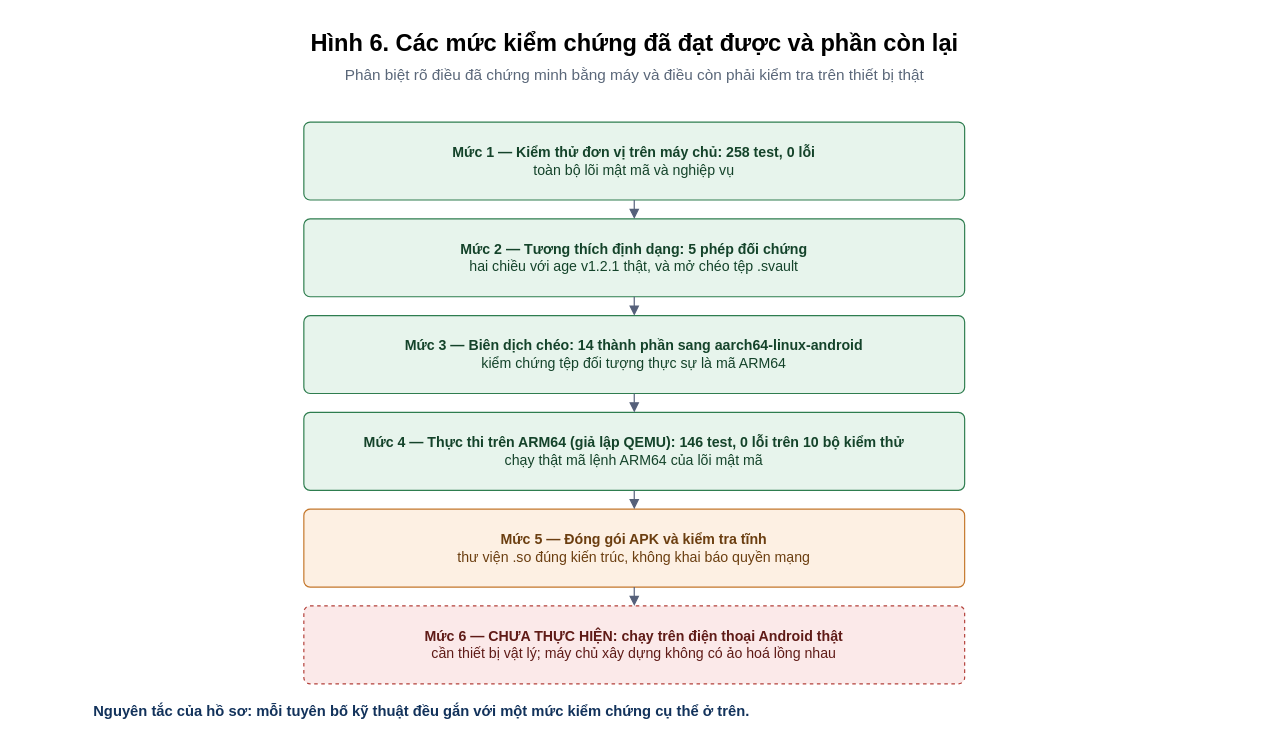
Earlier version of the draw.io diagram hoso-sang-kien/hinh-anh/drawio/H6-thap-bang-chung.drawio (imtoiteu/secure-vault-research). Source tidied: cells renumbered, new cells numbered last; positions are measured from the earlier drawing's top-left corner, leaving out a move shared by most shapes. Both pictures are drawn from the tidied source at 118%, with x=0, y=0 at pixel (20, 20).
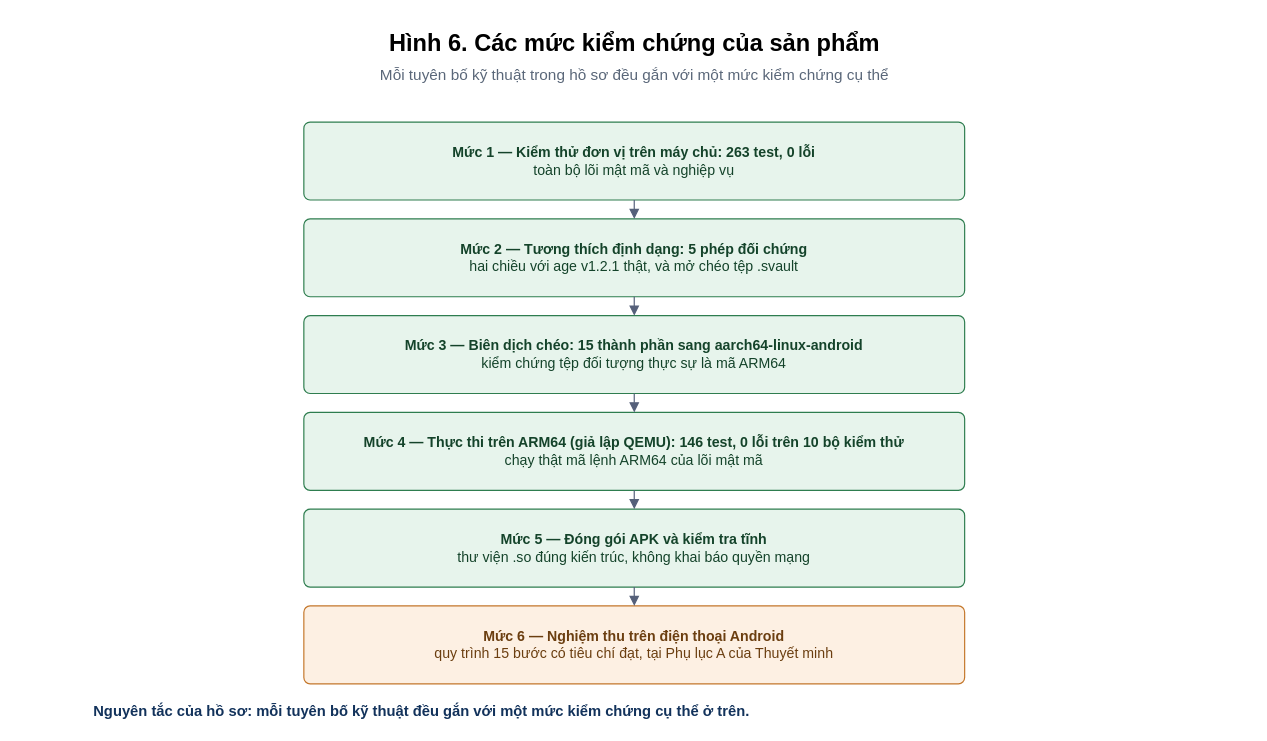
After the change.

Change to the diagram source:
```diff
@@
-    <mxCell id="2" value="Hình 6. Các mức kiểm chứng đã đạt được và phần còn lại" style="text;html=1;fontSize=20;fontStyle=1;align=center;" parent="1" vertex="1">
+    <mxCell id="2" value="Hình 6. Các mức kiểm chứng của sản phẩm" style="text;html=1;fontSize=20;fontStyle=1;align=center;" parent="1" vertex="1">
       <mxGeometry width="1040" height="30" as="geometry" />
     </mxCell>
-    <mxCell id="3" value="Phân biệt rõ điều đã chứng minh bằng máy và điều còn phải kiểm tra trên thiết bị thật" style="text;html=1;fontSize=13;align=center;fontColor=#5A6779;" parent="1" vertex="1">
+    <mxCell id="3" value="Mỗi tuyên bố kỹ thuật trong hồ sơ đều gắn với một mức kiểm chứng cụ thể" style="text;html=1;fontSize=13;align=center;fontColor=#5A6779;" parent="1" vertex="1">
       <mxGeometry y="32" width="1040" height="20" as="geometry" />
     </mxCell>
-    <mxCell id="4" value="&lt;b&gt;Mức 1 — Kiểm thử đơn vị trên máy chủ: 258 test, 0 lỗi&lt;/b&gt;&lt;br/&gt;toàn bộ lõi mật mã và nghiệp vụ" style="rounded=1;whiteSpace=wrap;html=1;fillColor=#E7F4EC;strokeColor=#2E7D4F;fontColor=#14432A;dashed=0;arcSize=8;verticalAlign=middle;" parent="1" vertex="1">
+    <mxCell id="4" value="&lt;b&gt;Mức 1 — Kiểm thử đơn vị trên máy chủ: 263 test, 0 lỗi&lt;/b&gt;&lt;br/&gt;toàn bộ lõi mật mã và nghiệp vụ" style="rounded=1;whiteSpace=wrap;html=1;fillColor=#E7F4EC;strokeColor=#2E7D4F;fontColor=#14432A;dashed=0;arcSize=8;verticalAlign=middle;" parent="1" vertex="1">
       <mxGeometry x="240" y="86" width="560" height="66" as="geometry" />
     </mxCell>
@@
-    <mxCell id="6" value="&lt;b&gt;Mức 3 — Biên dịch chéo: 14 thành phần sang aarch64-linux-android&lt;/b&gt;&lt;br/&gt;kiểm chứng tệp đối tượng thực sự là mã ARM64" style="rounded=1;whiteSpace=wrap;html=1;fillColor=#E7F4EC;strokeColor=#2E7D4F;fontColor=#14432A;dashed=0;arcSize=8;verticalAlign=middle;" parent="1" vertex="1">
+    <mxCell id="6" value="&lt;b&gt;Mức 3 — Biên dịch chéo: 15 thành phần sang aarch64-linux-android&lt;/b&gt;&lt;br/&gt;kiểm chứng tệp đối tượng thực sự là mã ARM64" style="rounded=1;whiteSpace=wrap;html=1;fillColor=#E7F4EC;strokeColor=#2E7D4F;fontColor=#14432A;dashed=0;arcSize=8;verticalAlign=middle;" parent="1" vertex="1">
       <mxGeometry x="240" y="250" width="560" height="66" as="geometry" />
     </mxCell>
@@
-    <mxCell id="8" value="&lt;b&gt;Mức 5 — Đóng gói APK và kiểm tra tĩnh&lt;/b&gt;&lt;br/&gt;thư viện .so đúng kiến trúc, không khai báo quyền mạng" style="rounded=1;whiteSpace=wrap;html=1;fillColor=#FDF0E3;strokeColor=#C4772B;fontColor=#6B3E10;dashed=0;arcSize=8;verticalAlign=middle;" parent="1" vertex="1">
+    <mxCell id="8" value="&lt;b&gt;Mức 5 — Đóng gói APK và kiểm tra tĩnh&lt;/b&gt;&lt;br/&gt;thư viện .so đúng kiến trúc, không khai báo quyền mạng" style="rounded=1;whiteSpace=wrap;html=1;fillColor=#E7F4EC;strokeColor=#2E7D4F;fontColor=#14432A;dashed=0;arcSize=8;verticalAlign=middle;" parent="1" vertex="1">
       <mxGeometry x="240" y="414" width="560" height="66" as="geometry" />
     </mxCell>
-    <mxCell id="9" value="&lt;b&gt;Mức 6 — CHƯA THỰC HIỆN: chạy trên điện thoại Android thật&lt;/b&gt;&lt;br/&gt;cần thiết bị vật lý; máy chủ xây dựng không có ảo hoá lồng nhau" style="rounded=1;whiteSpace=wrap;html=1;fillColor=#FBE9E9;strokeColor=#B3403A;fontColor=#5F1B17;dashed=1;arcSize=8;verticalAlign=middle;" parent="1" vertex="1">
+    <mxCell id="9" value="&lt;b&gt;Mức 6 — Nghiệm thu trên điện thoại Android&lt;/b&gt;&lt;br/&gt;quy trình 15 bước có tiêu chí đạt, tại Phụ lục A của Thuyết minh" style="rounded=1;whiteSpace=wrap;html=1;fillColor=#FDF0E3;strokeColor=#C4772B;fontColor=#6B3E10;dashed=0;arcSize=8;verticalAlign=middle;" parent="1" vertex="1">
       <mxGeometry x="240" y="496" width="560" height="66" as="geometry" />
     </mxCell>
```
